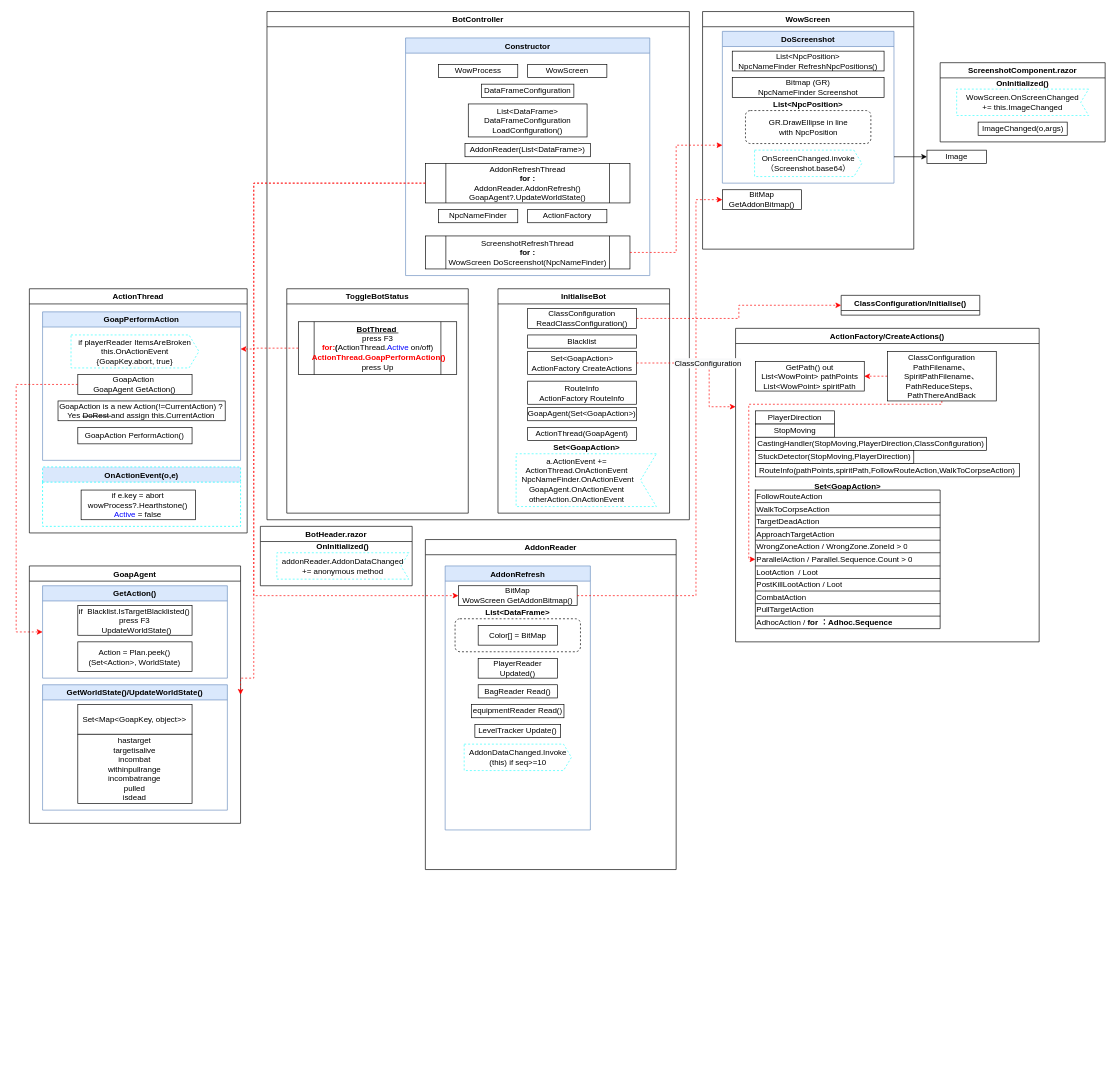
The draw.io diagram BotPlan_1.drawio in YannieCheung/botgrams, before the edit. Source tidied: cells renumbered, new cells numbered last; positions are measured from the earlier drawing's top-left corner, leaving out a move shared by most shapes. Both pictures are drawn from the tidied source at 66%, with x=0, y=0 at pixel (16, 11).
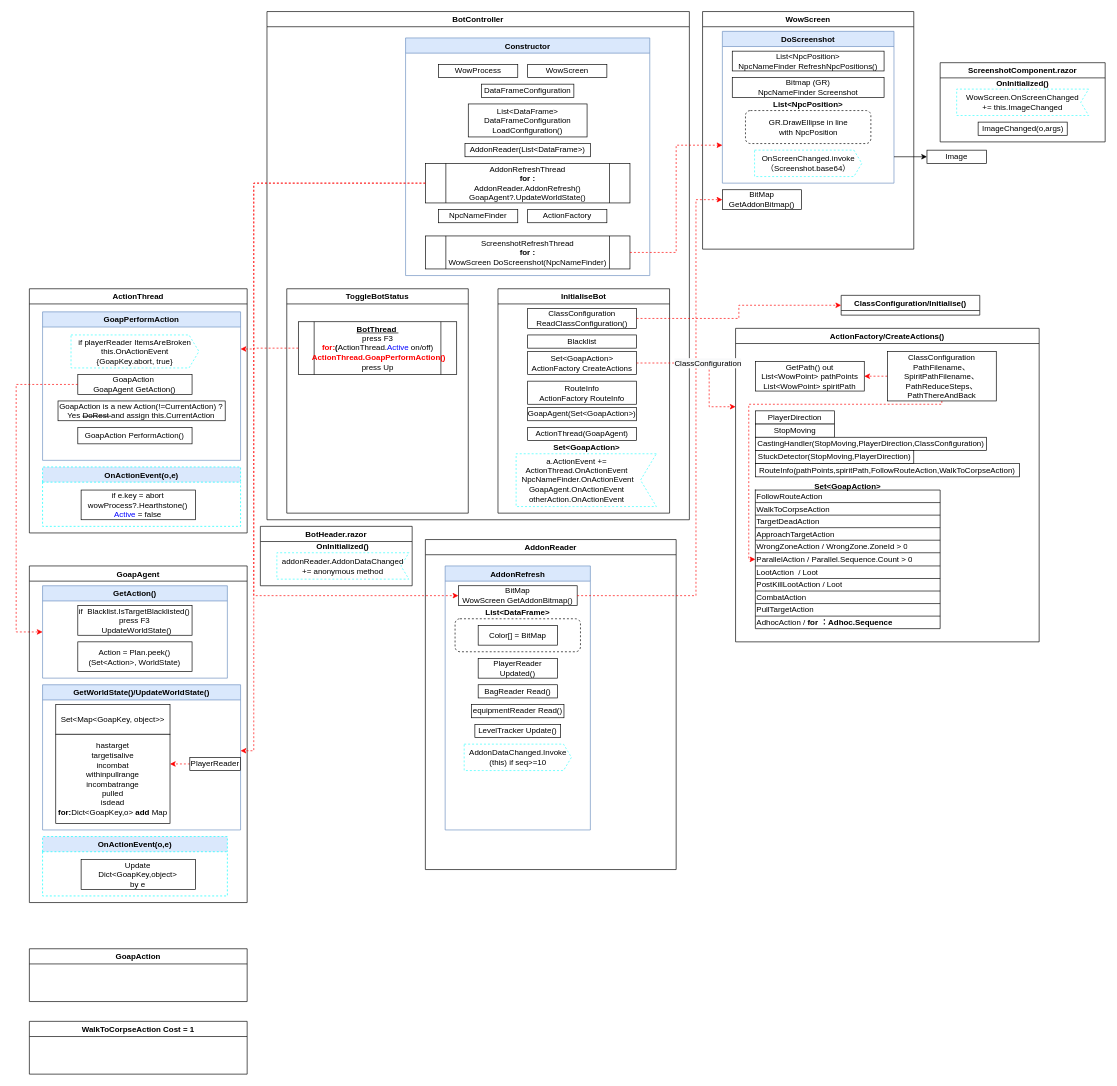
The same page after the edit.

The edit, as a diff of the source:
```diff
@@
     <mxCell id="101" value="GoapAgent" style="swimlane;fontColor=#000000;strokeColor=#000000;" parent="1" vertex="1">
-      <mxGeometry x="20" y="840" width="320" height="390" as="geometry" />
+      <mxGeometry x="20" y="840" width="330" height="510" as="geometry" />
     </mxCell>
@@
     <mxCell id="105" value="GetWorldState()/UpdateWorldState()" style="swimlane;strokeColor=#6c8ebf;startSize=23;fillColor=#dae8fc;" parent="101" vertex="1">
-      <mxGeometry x="20" y="180" width="280" height="190" as="geometry" />
+      <mxGeometry x="20" y="180" width="300" height="220" as="geometry" />
     </mxCell>
     <mxCell id="106" value="Set&amp;lt;Map&amp;lt;GoapKey, object&amp;gt;&amp;gt;" style="whiteSpace=wrap;html=1;strokeColor=#000000;" parent="105" vertex="1">
-      <mxGeometry x="53.4" y="30" width="173.1" height="45" as="geometry" />
+      <mxGeometry x="20" y="30" width="173.1" height="45" as="geometry" />
     </mxCell>
-    <mxCell id="107" value="hastarget&lt;br&gt;targetisalive&lt;br&gt;incombat&lt;br&gt;withinpullrange&lt;br&gt;incombatrange&lt;br&gt;pulled&lt;br&gt;isdead" style="whiteSpace=wrap;html=1;strokeColor=#000000;" parent="105" vertex="1">
-      <mxGeometry x="53.4" y="75" width="173.1" height="105" as="geometry" />
+    <mxCell id="107" value="hastarget&lt;br&gt;targetisalive&lt;br&gt;incombat&lt;br&gt;withinpullrange&lt;br&gt;incombatrange&lt;br&gt;pulled&lt;br&gt;isdead&lt;br&gt;&lt;b&gt;for:&lt;/b&gt;Dict&amp;lt;GoapKey,o&amp;gt; &lt;b&gt;add &lt;/b&gt;Map" style="whiteSpace=wrap;html=1;strokeColor=#000000;" parent="105" vertex="1">
+      <mxGeometry x="20" y="75" width="173.1" height="135" as="geometry" />
     </mxCell>
+    <mxCell id="109" style="edgeStyle=orthogonalEdgeStyle;rounded=0;jettySize=auto;html=1;exitX=0;exitY=0.5;exitDx=0;exitDy=0;dashed=1;strokeColor=#FF0000;" parent="105" edge="1" source="110">
+      <mxGeometry relative="1" as="geometry">
+        <mxPoint x="193" y="120" as="targetPoint" />
+      </mxGeometry>
+    </mxCell>
+    <mxCell id="110" value="PlayerReader" style="whiteSpace=wrap;html=1;strokeColor=#000000;" parent="105" vertex="1">
+      <mxGeometry x="223.1" y="110" width="76.9" height="20" as="geometry" />
+    </mxCell>
+    <mxCell id="111" value="OnActionEvent(o,e)" style="swimlane;strokeColor=#00FFFF;fillColor=#dae8fc;dashed=1;" parent="101" vertex="1">
+      <mxGeometry x="20" y="410" width="280" height="90" as="geometry" />
+    </mxCell>
+    <mxCell id="112" value="Update&lt;br&gt;Dict&amp;lt;GoapKey,object&amp;gt;&lt;br&gt;by e" style="whiteSpace=wrap;html=1;strokeColor=#000000;" parent="111" vertex="1">
+      <mxGeometry x="58.4" y="35" width="173.1" height="45" as="geometry" />
+    </mxCell>
-    <mxCell id="108" style="edgeStyle=orthogonalEdgeStyle;rounded=0;jettySize=auto;html=1;dashed=1;fontColor=#FF0000;strokeColor=#FF0000;entryX=1;entryY=0.5;entryDx=0;entryDy=0;" parent="1" edge="1" target="101">
+    <mxCell id="108" style="edgeStyle=orthogonalEdgeStyle;rounded=0;orthogonalLoop=1;jettySize=auto;html=1;dashed=1;fontColor=#FF0000;strokeColor=#FF0000;" parent="1" edge="1">
       <mxGeometry relative="1" as="geometry">
         <mxPoint x="620" y="260" as="sourcePoint" />
+        <mxPoint x="340" y="1120" as="targetPoint" />
         <Array as="points">
           <mxPoint x="360" y="260" />
-          <mxPoint x="360" y="1010" />
+          <mxPoint x="360" y="1120" />
         </Array>
       </mxGeometry>
     </mxCell>
+    <mxCell id="113" value="GoapAction" style="swimlane;" parent="1" vertex="1">
+      <mxGeometry x="20" y="1420" width="330" height="80" as="geometry" />
+    </mxCell>
+    <mxCell id="114" value="WalkToCorpseAction Cost = 1" style="swimlane;" parent="1" vertex="1">
+      <mxGeometry x="20" y="1530" width="330" height="80" as="geometry" />
+    </mxCell>
```
